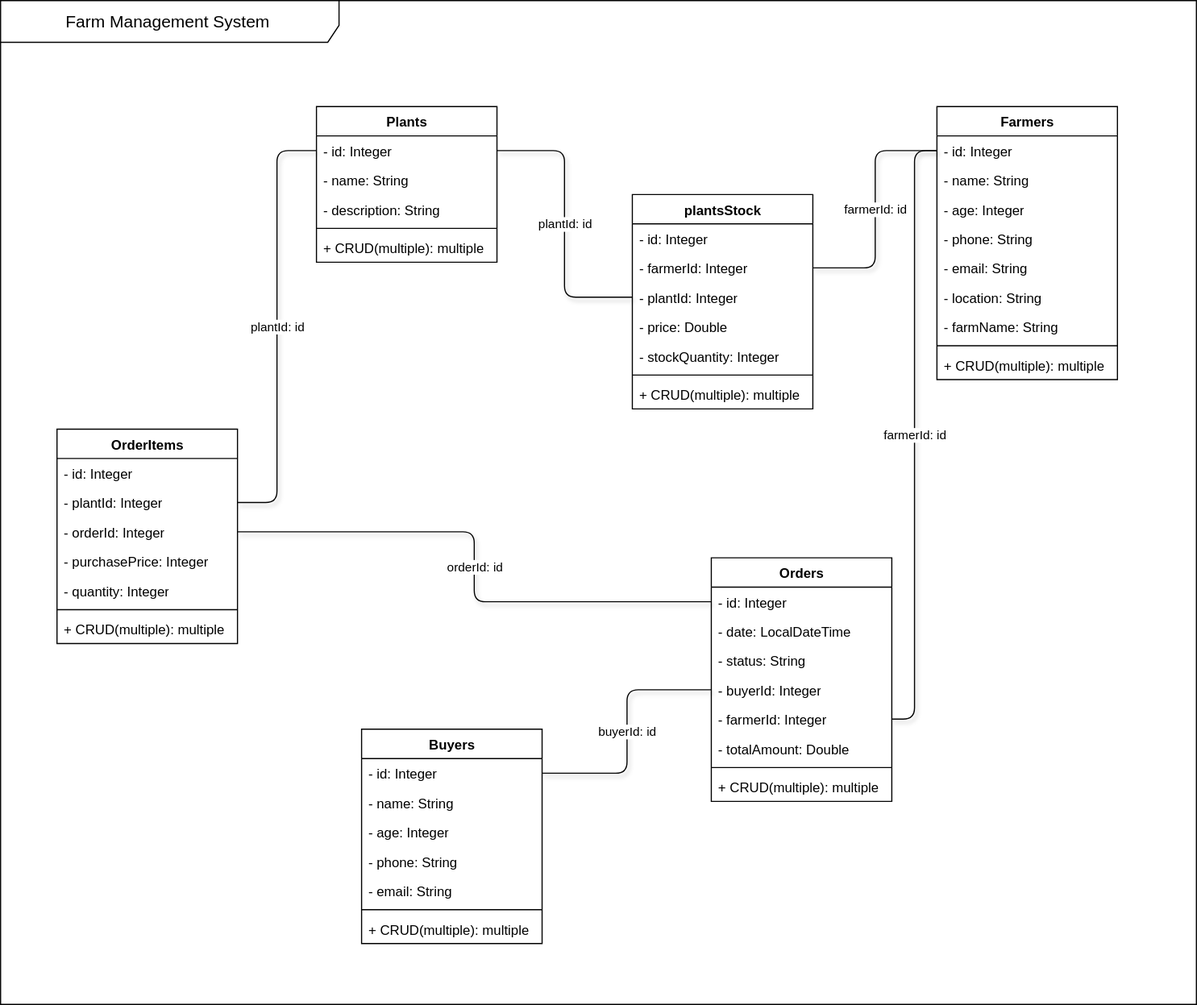
Above: Farm System Diagram.svg in Abdullah-Alwael/SpringBootCapstone2 (draw.io), before the change. Source tidied: cells renumbered, new cells last; positions are measured from the earlier drawing's top-left corner, leaving out a move shared by most shapes.
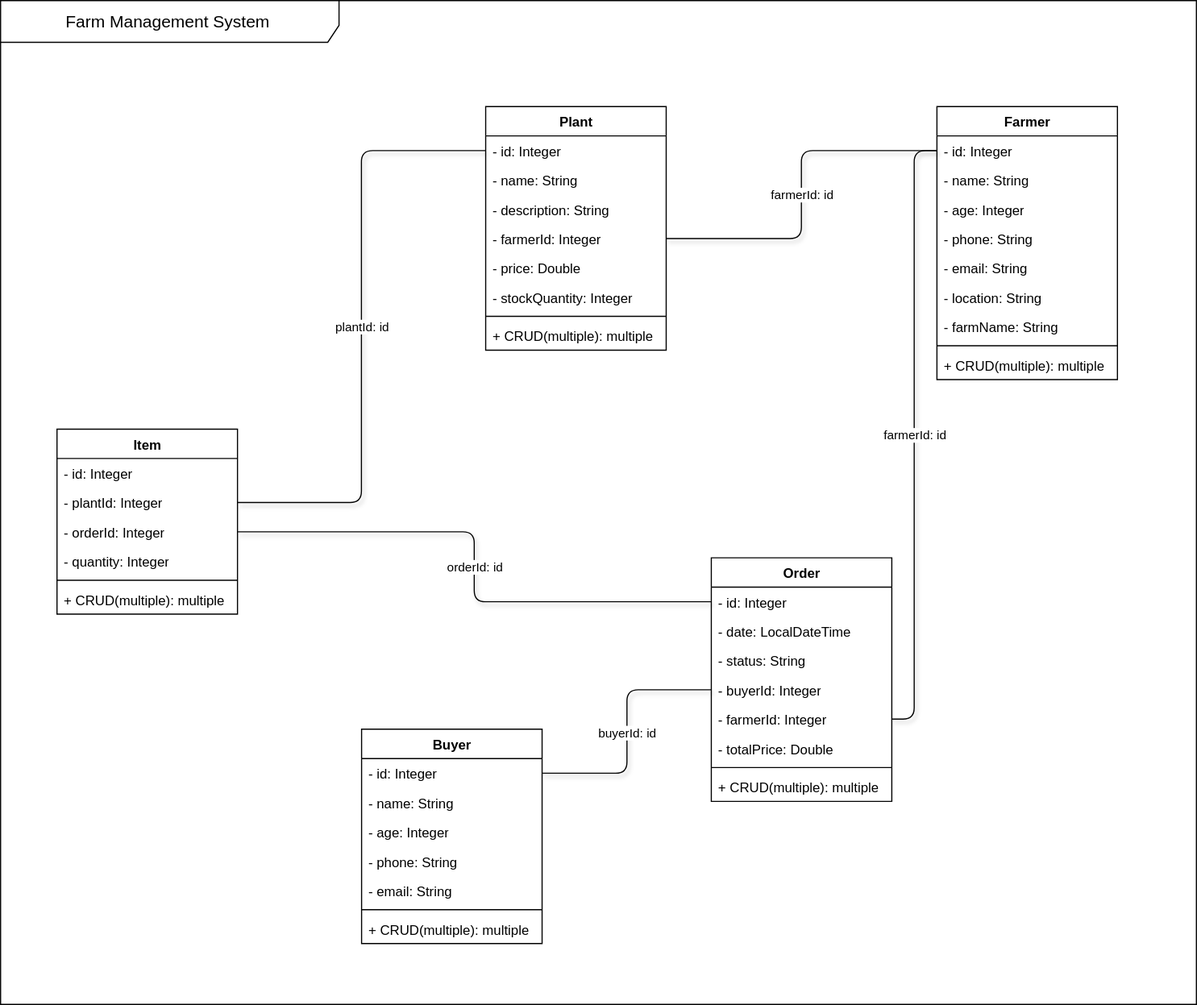
Later version of the same file.

The edit, as a diff of the source:
```diff
@@ -2,7 +2,7 @@
   <root>
     <mxCell id="0" />
     <mxCell id="1" parent="0" />
-    <mxCell id="2" value="&lt;b style=&quot;text-wrap-mode: nowrap;&quot;&gt;Farmers&lt;/b&gt;" style="swimlane;fontStyle=1;align=center;verticalAlign=top;horizontal=1;startSize=26;whiteSpace=wrap;html=1;" parent="1" vertex="1">
+    <mxCell id="2" value="&lt;b style=&quot;text-wrap-mode: nowrap;&quot;&gt;Farmer&lt;/b&gt;" style="swimlane;fontStyle=1;align=center;verticalAlign=top;horizontal=1;startSize=26;whiteSpace=wrap;html=1;" parent="1" vertex="1">
       <mxGeometry x="830" y="94" width="160" height="242" as="geometry" />
     </mxCell>
     <mxCell id="3" value="- id: Integer" style="text;strokeColor=none;fillColor=none;align=left;verticalAlign=top;spacingLeft=4;spacingRight=4;overflow=hidden;points=[[0,0.5],[1,0.5]];portConstraint=eastwest;whiteSpace=wrap;html=1;" parent="2" vertex="1">
@@ -35,7 +35,7 @@
     <mxCell id="12" value="&lt;font style=&quot;font-size: 15px;&quot;&gt;Farm Management System&amp;nbsp;&lt;/font&gt;" style="shape=umlFrame;whiteSpace=wrap;html=1;width=300;height=37;" parent="1" vertex="1">
       <mxGeometry width="1060" height="890" as="geometry" />
     </mxCell>
-    <mxCell id="13" value="&lt;b style=&quot;text-wrap-mode: nowrap;&quot;&gt;Buyers&lt;/b&gt;" style="swimlane;fontStyle=1;align=center;verticalAlign=top;horizontal=1;startSize=26;whiteSpace=wrap;html=1;" parent="1" vertex="1">
+    <mxCell id="13" value="&lt;b style=&quot;text-wrap-mode: nowrap;&quot;&gt;Buyer&lt;/b&gt;" style="swimlane;fontStyle=1;align=center;verticalAlign=top;horizontal=1;startSize=26;whiteSpace=wrap;html=1;" parent="1" vertex="1">
       <mxGeometry x="320" y="646" width="160" height="190" as="geometry" />
     </mxCell>
     <mxCell id="14" value="- id: Integer" style="text;strokeColor=none;fillColor=none;align=left;verticalAlign=top;spacingLeft=4;spacingRight=4;overflow=hidden;points=[[0,0.5],[1,0.5]];portConstraint=eastwest;whiteSpace=wrap;html=1;" parent="13" vertex="1">
@@ -59,25 +59,7 @@
     <mxCell id="20" value="+ CRUD(multiple): multiple" style="text;strokeColor=none;fillColor=none;align=left;verticalAlign=top;spacingLeft=4;spacingRight=4;overflow=hidden;whiteSpace=wrap;html=1;" parent="13" vertex="1">
       <mxGeometry y="164" width="160" height="26" as="geometry" />
     </mxCell>
-    <mxCell id="21" value="&lt;b style=&quot;text-wrap-mode: nowrap;&quot;&gt;Plants&lt;/b&gt;" style="swimlane;fontStyle=1;align=center;verticalAlign=top;horizontal=1;startSize=26;whiteSpace=wrap;html=1;" parent="1" vertex="1">
-      <mxGeometry x="280" y="94" width="160" height="138" as="geometry" />
-    </mxCell>
-    <mxCell id="22" value="- id: Integer" style="text;strokeColor=none;fillColor=none;align=left;verticalAlign=top;spacingLeft=4;spacingRight=4;overflow=hidden;points=[[0,0.5],[1,0.5]];portConstraint=eastwest;whiteSpace=wrap;html=1;" parent="21" vertex="1">
-      <mxGeometry y="26" width="160" height="26" as="geometry" />
-    </mxCell>
-    <mxCell id="23" value="- name: String" style="text;strokeColor=none;fillColor=none;align=left;verticalAlign=top;spacingLeft=4;spacingRight=4;overflow=hidden;whiteSpace=wrap;html=1;" parent="21" vertex="1">
-      <mxGeometry y="52" width="160" height="26" as="geometry" />
-    </mxCell>
-    <mxCell id="24" value="- description: String" style="text;strokeColor=none;fillColor=none;align=left;verticalAlign=top;spacingLeft=4;spacingRight=4;overflow=hidden;whiteSpace=wrap;html=1;" parent="21" vertex="1">
-      <mxGeometry y="78" width="160" height="26" as="geometry" />
-    </mxCell>
-    <mxCell id="25" style="line;strokeWidth=1;fillColor=none;align=left;verticalAlign=middle;spacingTop=-1;spacingLeft=3;spacingRight=3;labelPosition=right;strokeColor=inherit;" parent="21" vertex="1">
-      <mxGeometry y="104" width="160" height="8" as="geometry" />
-    </mxCell>
-    <mxCell id="26" value="+ CRUD(multiple): multiple" style="text;strokeColor=none;fillColor=none;align=left;verticalAlign=top;spacingLeft=4;spacingRight=4;overflow=hidden;whiteSpace=wrap;html=1;" parent="21" vertex="1">
-      <mxGeometry y="112" width="160" height="26" as="geometry" />
-    </mxCell>
-    <mxCell id="27" value="Orders" style="swimlane;fontStyle=1;align=center;verticalAlign=top;horizontal=1;startSize=26;whiteSpace=wrap;html=1;" parent="1" vertex="1">
+    <mxCell id="27" value="Order" style="swimlane;fontStyle=1;align=center;verticalAlign=top;horizontal=1;startSize=26;whiteSpace=wrap;html=1;" parent="1" vertex="1">
       <mxGeometry x="630" y="494" width="160" height="216" as="geometry" />
     </mxCell>
     <mxCell id="28" value="- id: Integer" style="text;strokeColor=none;fillColor=none;align=left;verticalAlign=top;spacingLeft=4;spacingRight=4;overflow=hidden;points=[[0,0.5],[1,0.5]];portConstraint=eastwest;whiteSpace=wrap;html=1;" parent="27" vertex="1">
@@ -95,7 +77,7 @@
     <mxCell id="32" value="- farmerId: Integer" style="text;strokeColor=none;fillColor=none;align=left;verticalAlign=top;spacingLeft=4;spacingRight=4;overflow=hidden;points=[[0,0.5],[1,0.5]];portConstraint=eastwest;whiteSpace=wrap;html=1;" parent="27" vertex="1">
       <mxGeometry y="130" width="160" height="26" as="geometry" />
     </mxCell>
-    <mxCell id="33" value="- totalAmount: Double" style="text;strokeColor=none;fillColor=none;align=left;verticalAlign=top;spacingLeft=4;spacingRight=4;overflow=hidden;whiteSpace=wrap;html=1;" parent="27" vertex="1">
+    <mxCell id="33" value="- totalPrice: Double" style="text;strokeColor=none;fillColor=none;align=left;verticalAlign=top;spacingLeft=4;spacingRight=4;overflow=hidden;whiteSpace=wrap;html=1;" parent="27" vertex="1">
       <mxGeometry y="156" width="160" height="26" as="geometry" />
     </mxCell>
     <mxCell id="34" style="line;strokeWidth=1;fillColor=none;align=left;verticalAlign=middle;spacingTop=-1;spacingLeft=3;spacingRight=3;labelPosition=right;strokeColor=inherit;" parent="27" vertex="1">
@@ -104,44 +86,44 @@
     <mxCell id="35" value="+ CRUD(multiple): multiple" style="text;strokeColor=none;fillColor=none;align=left;verticalAlign=top;spacingLeft=4;spacingRight=4;overflow=hidden;whiteSpace=wrap;html=1;" parent="27" vertex="1">
       <mxGeometry y="190" width="160" height="26" as="geometry" />
     </mxCell>
-    <mxCell id="36" value="plantsStock" style="swimlane;fontStyle=1;align=center;verticalAlign=top;horizontal=1;startSize=26;whiteSpace=wrap;html=1;" parent="1" vertex="1">
-      <mxGeometry x="560" y="172" width="160" height="190" as="geometry" />
+    <mxCell id="36" value="&lt;b style=&quot;text-wrap-mode: nowrap;&quot;&gt;Plant&lt;/b&gt;" style="swimlane;fontStyle=1;align=center;verticalAlign=top;horizontal=1;startSize=26;whiteSpace=wrap;html=1;" parent="1" vertex="1">
+      <mxGeometry x="430" y="94" width="160" height="216" as="geometry" />
     </mxCell>
     <mxCell id="37" value="- id: Integer" style="text;strokeColor=none;fillColor=none;align=left;verticalAlign=top;spacingLeft=4;spacingRight=4;overflow=hidden;points=[[0,0.5],[1,0.5]];portConstraint=eastwest;whiteSpace=wrap;html=1;" parent="36" vertex="1">
       <mxGeometry y="26" width="160" height="26" as="geometry" />
     </mxCell>
+    <mxCell id="23" value="- name: String" style="text;strokeColor=none;fillColor=none;align=left;verticalAlign=top;spacingLeft=4;spacingRight=4;overflow=hidden;whiteSpace=wrap;html=1;" parent="36" vertex="1">
+      <mxGeometry y="52" width="160" height="26" as="geometry" />
+    </mxCell>
+    <mxCell id="24" value="- description: String" style="text;strokeColor=none;fillColor=none;align=left;verticalAlign=top;spacingLeft=4;spacingRight=4;overflow=hidden;whiteSpace=wrap;html=1;" parent="36" vertex="1">
+      <mxGeometry y="78" width="160" height="26" as="geometry" />
+    </mxCell>
     <mxCell id="38" value="- farmerId: Integer" style="text;strokeColor=none;fillColor=none;align=left;verticalAlign=top;spacingLeft=4;spacingRight=4;overflow=hidden;points=[[0,0.5],[1,0.5]];portConstraint=eastwest;whiteSpace=wrap;html=1;" parent="36" vertex="1">
-      <mxGeometry y="52" width="160" height="26" as="geometry" />
+      <mxGeometry y="104" width="160" height="26" as="geometry" />
     </mxCell>
-    <mxCell id="39" value="- plantId: Integer" style="text;strokeColor=none;fillColor=none;align=left;verticalAlign=top;spacingLeft=4;spacingRight=4;overflow=hidden;points=[[0,0.5],[1,0.5]];portConstraint=eastwest;whiteSpace=wrap;html=1;" parent="36" vertex="1">
-      <mxGeometry y="78" width="160" height="26" as="geometry" />
-    </mxCell>
     <mxCell id="40" value="- price: Double" style="text;strokeColor=none;fillColor=none;align=left;verticalAlign=top;spacingLeft=4;spacingRight=4;overflow=hidden;whiteSpace=wrap;html=1;" parent="36" vertex="1">
-      <mxGeometry y="104" width="160" height="26" as="geometry" />
+      <mxGeometry y="130" width="160" height="26" as="geometry" />
     </mxCell>
     <mxCell id="41" value="- stockQuantity: Integer" style="text;strokeColor=none;fillColor=none;align=left;verticalAlign=top;spacingLeft=4;spacingRight=4;overflow=hidden;whiteSpace=wrap;html=1;" parent="36" vertex="1">
-      <mxGeometry y="130" width="160" height="26" as="geometry" />
+      <mxGeometry y="156" width="160" height="26" as="geometry" />
     </mxCell>
     <mxCell id="42" style="line;strokeWidth=1;fillColor=none;align=left;verticalAlign=middle;spacingTop=-1;spacingLeft=3;spacingRight=3;labelPosition=right;strokeColor=inherit;" parent="36" vertex="1">
-      <mxGeometry y="156" width="160" height="8" as="geometry" />
+      <mxGeometry y="182" width="160" height="8" as="geometry" />
     </mxCell>
     <mxCell id="43" value="+ CRUD(multiple): multiple" style="text;strokeColor=none;fillColor=none;align=left;verticalAlign=top;spacingLeft=4;spacingRight=4;overflow=hidden;whiteSpace=wrap;html=1;" parent="36" vertex="1">
-      <mxGeometry y="164" width="160" height="26" as="geometry" />
+      <mxGeometry y="190" width="160" height="26" as="geometry" />
     </mxCell>
     <mxCell id="44" value="farmerId: id" style="rounded=1;jettySize=auto;html=1;edgeStyle=elbowEdgeStyle;entryX=1;entryY=0.5;entryDx=0;entryDy=0;strokeColor=default;endArrow=none;endFill=0;shadow=1;flowAnimation=0;horizontal=1;labelBorderColor=none;textShadow=0;spacingLeft=0;spacingBottom=0;spacingRight=0;" parent="1" edge="1" source="3" target="38">
       <mxGeometry relative="1" as="geometry" />
     </mxCell>
-    <mxCell id="45" value="plantId: id" style="edgeStyle=elbowEdgeStyle;shape=connector;rounded=1;jettySize=auto;html=1;exitX=1;exitY=0.5;exitDx=0;exitDy=0;shadow=1;strokeColor=default;align=center;verticalAlign=middle;spacingLeft=0;spacingRight=0;spacingBottom=0;fontFamily=Helvetica;fontSize=11;fontColor=default;labelBorderColor=none;labelBackgroundColor=default;horizontal=1;endArrow=none;endFill=0;flowAnimation=0;entryX=0;entryY=0.5;entryDx=0;entryDy=0;" parent="1" edge="1" source="22" target="39">
-      <mxGeometry relative="1" as="geometry" />
-    </mxCell>
     <mxCell id="46" value="buyerId: id" style="edgeStyle=elbowEdgeStyle;shape=connector;rounded=1;jettySize=auto;html=1;exitX=0;exitY=0.5;exitDx=0;exitDy=0;entryX=1;entryY=0.5;entryDx=0;entryDy=0;shadow=1;strokeColor=default;align=center;verticalAlign=middle;spacingLeft=0;spacingRight=0;spacingBottom=0;fontFamily=Helvetica;fontSize=11;fontColor=default;labelBorderColor=none;labelBackgroundColor=default;horizontal=1;endArrow=none;endFill=0;flowAnimation=0;" parent="1" edge="1" source="31" target="14">
       <mxGeometry relative="1" as="geometry" />
     </mxCell>
     <mxCell id="47" value="farmerId: id" style="edgeStyle=elbowEdgeStyle;shape=connector;rounded=1;jettySize=auto;html=1;exitX=1;exitY=0.5;exitDx=0;exitDy=0;shadow=1;strokeColor=default;align=center;verticalAlign=middle;spacingLeft=0;spacingRight=0;spacingBottom=0;fontFamily=Helvetica;fontSize=11;fontColor=default;labelBorderColor=none;labelBackgroundColor=default;horizontal=1;endArrow=none;endFill=0;flowAnimation=0;" parent="1" edge="1" source="32" target="3">
       <mxGeometry relative="1" as="geometry" />
     </mxCell>
-    <mxCell id="48" value="OrderItems" style="swimlane;fontStyle=1;align=center;verticalAlign=top;horizontal=1;startSize=26;whiteSpace=wrap;html=1;" parent="1" vertex="1">
-      <mxGeometry x="50" y="380" width="160" height="190" as="geometry" />
+    <mxCell id="48" value="Item" style="swimlane;fontStyle=1;align=center;verticalAlign=top;horizontal=1;startSize=26;whiteSpace=wrap;html=1;" parent="1" vertex="1">
+      <mxGeometry x="50" y="380" width="160" height="164" as="geometry" />
     </mxCell>
     <mxCell id="49" value="- id: Integer" style="text;strokeColor=none;fillColor=none;align=left;verticalAlign=top;spacingLeft=4;spacingRight=4;overflow=hidden;whiteSpace=wrap;html=1;" parent="48" vertex="1">
       <mxGeometry y="26" width="160" height="26" as="geometry" />
@@ -152,22 +134,19 @@
     <mxCell id="51" value="- orderId: Integer" style="text;strokeColor=none;fillColor=none;align=left;verticalAlign=top;spacingLeft=4;spacingRight=4;overflow=hidden;points=[[0,0.5],[1,0.5]];portConstraint=eastwest;whiteSpace=wrap;html=1;" parent="48" vertex="1">
       <mxGeometry y="78" width="160" height="26" as="geometry" />
     </mxCell>
-    <mxCell id="52" value="- purchasePrice: Integer" style="text;strokeColor=none;fillColor=none;align=left;verticalAlign=top;spacingLeft=4;spacingRight=4;overflow=hidden;whiteSpace=wrap;html=1;" parent="48" vertex="1">
-      <mxGeometry y="104" width="160" height="26" as="geometry" />
-    </mxCell>
     <mxCell id="53" value="- quantity: Integer" style="text;strokeColor=none;fillColor=none;align=left;verticalAlign=top;spacingLeft=4;spacingRight=4;overflow=hidden;whiteSpace=wrap;html=1;" parent="48" vertex="1">
-      <mxGeometry y="130" width="160" height="26" as="geometry" />
+      <mxGeometry y="104" width="160" height="26" as="geometry" />
     </mxCell>
     <mxCell id="54" style="line;strokeWidth=1;fillColor=none;align=left;verticalAlign=middle;spacingTop=-1;spacingLeft=3;spacingRight=3;labelPosition=right;strokeColor=inherit;" parent="48" vertex="1">
-      <mxGeometry y="156" width="160" height="8" as="geometry" />
+      <mxGeometry y="130" width="160" height="8" as="geometry" />
     </mxCell>
     <mxCell id="55" value="+ CRUD(multiple): multiple" style="text;strokeColor=none;fillColor=none;align=left;verticalAlign=top;spacingLeft=4;spacingRight=4;overflow=hidden;whiteSpace=wrap;html=1;" parent="48" vertex="1">
-      <mxGeometry y="164" width="160" height="26" as="geometry" />
+      <mxGeometry y="138" width="160" height="26" as="geometry" />
     </mxCell>
     <mxCell id="56" value="orderId: id" style="edgeStyle=elbowEdgeStyle;shape=connector;rounded=1;jettySize=auto;html=1;exitX=1;exitY=0.5;exitDx=0;exitDy=0;shadow=1;strokeColor=default;align=center;verticalAlign=middle;spacingLeft=0;spacingRight=0;spacingBottom=0;fontFamily=Helvetica;fontSize=11;fontColor=default;labelBorderColor=none;labelBackgroundColor=default;horizontal=1;endArrow=none;endFill=0;flowAnimation=0;" parent="1" edge="1" source="51" target="28">
       <mxGeometry relative="1" as="geometry" />
     </mxCell>
-    <mxCell id="57" value="plantId: id" style="edgeStyle=elbowEdgeStyle;shape=connector;rounded=1;jettySize=auto;html=1;shadow=1;strokeColor=default;align=center;verticalAlign=middle;spacingLeft=0;spacingRight=0;spacingBottom=0;fontFamily=Helvetica;fontSize=11;fontColor=default;labelBorderColor=none;labelBackgroundColor=default;horizontal=1;endArrow=none;endFill=0;flowAnimation=0;exitX=0;exitY=0.5;exitDx=0;exitDy=0;entryX=1;entryY=0.5;entryDx=0;entryDy=0;" parent="1" edge="1" source="22" target="50">
+    <mxCell id="57" value="plantId: id" style="edgeStyle=elbowEdgeStyle;shape=connector;rounded=1;jettySize=auto;html=1;shadow=1;strokeColor=default;align=center;verticalAlign=middle;spacingLeft=0;spacingRight=0;spacingBottom=0;fontFamily=Helvetica;fontSize=11;fontColor=default;labelBorderColor=none;labelBackgroundColor=default;horizontal=1;endArrow=none;endFill=0;flowAnimation=0;entryX=1;entryY=0.5;entryDx=0;entryDy=0;" parent="1" edge="1" source="37" target="50">
       <mxGeometry relative="1" as="geometry" />
     </mxCell>
   </root>
```
